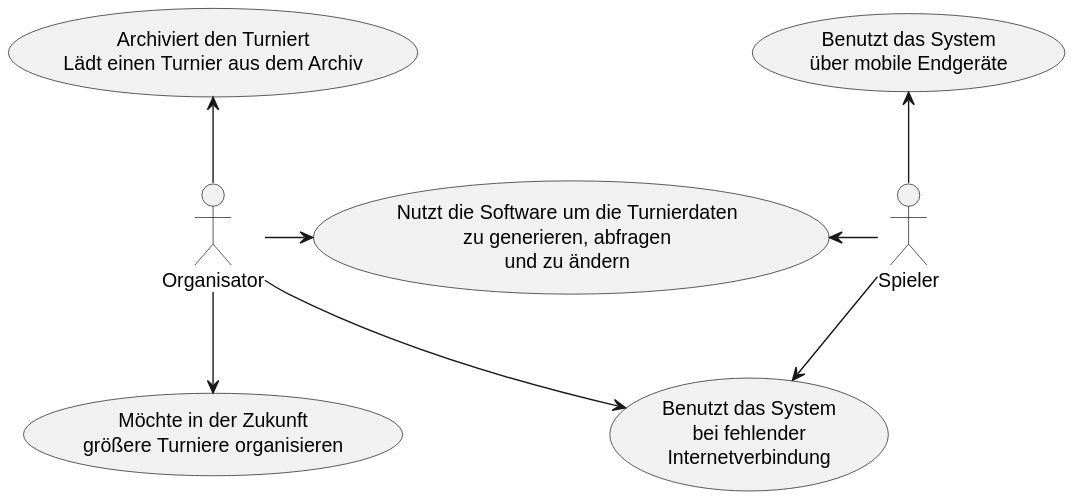
The PlantUML diagram docs/architecture/images/use-case.svg in max-htw/htwd-turnierauswertungssoftware, before a commit. Its source is kept beside it as docs/architecture/plantuml/use-case.puml.
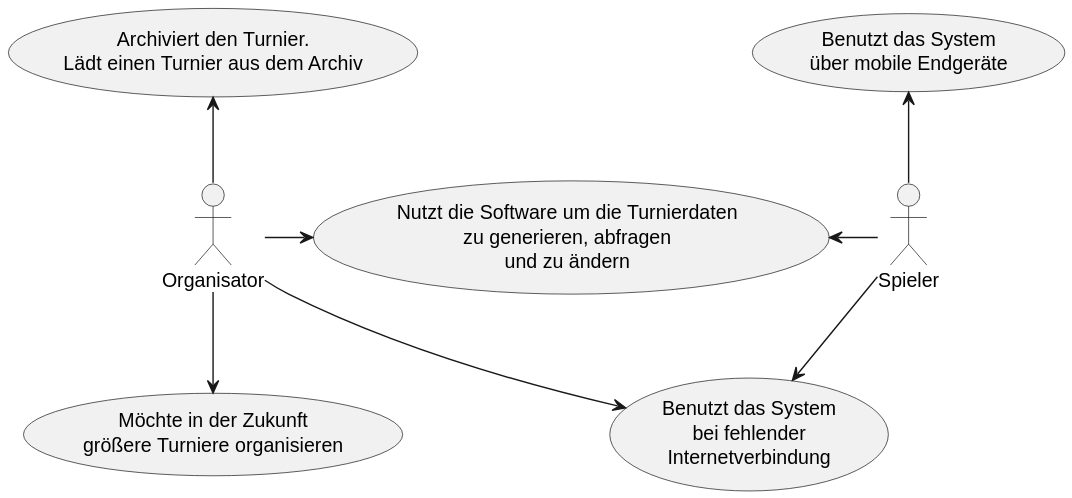
Later version of the same file.

Commit message:
architecture-notebook: 6.6 Entscheidungen, 6.10.3 Use-Cases

Diff of the diagram source:
```diff
@@ -1,6 +1,6 @@
 @startuml Use-Case-Diagram
 
-:Organisator: -u-> (Archiviert den Turniert\nLädt einen Turnier aus dem Archiv)
+:Organisator: -u-> (Archiviert den Turnier.\nLädt einen Turnier aus dem Archiv)
 :Organisator: -r-> (Nutzt die Software um die Turnierdaten\nzu generieren, abfragen\nund zu ändern)
 :Spieler: -l-> (Nutzt die Software um die Turnierdaten\nzu generieren, abfragen\nund zu ändern)
 :Organisator: -d-> (Möchte in der Zukunft\ngrößere Turniere organisieren)
```
